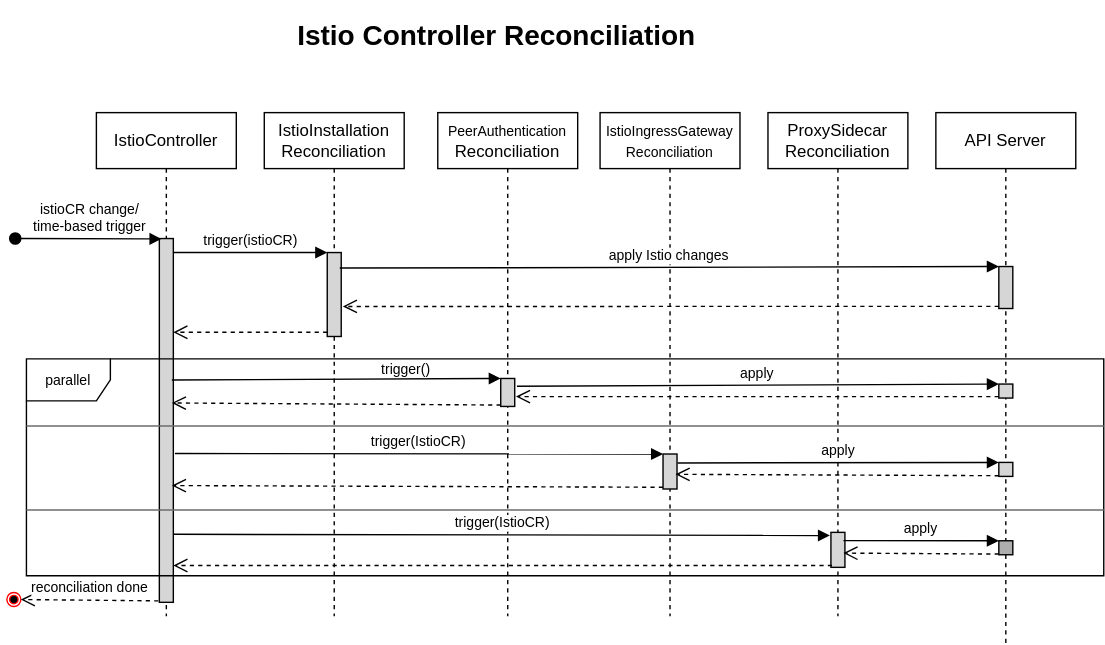
This is docs/reconciliation-sequence-diagram.svg from kyma-project/istio, a draw.io export, as it was before one commit. Source tidied: cells renumbered, new cells last; positions are measured from the earlier drawing's top-left corner, leaving out a move shared by most shapes.
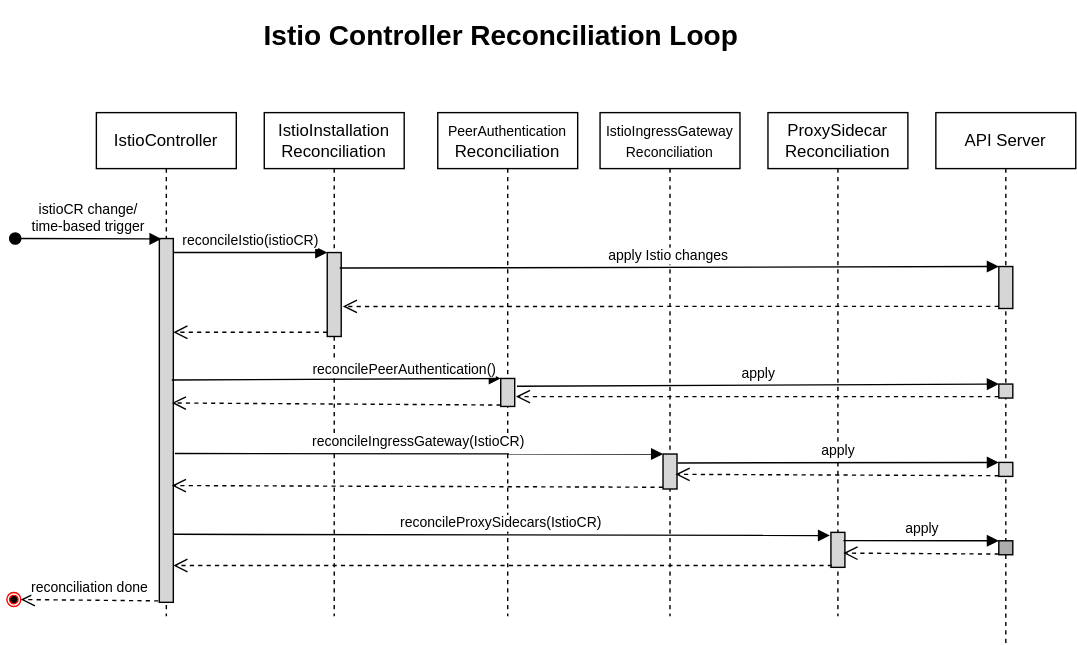
Later version of the same file.

Commit message:
Update docs to have more details about what defines the desired state and what resources a reconciliation component handles.

What changed in the source:
```diff
@@ -8,9 +8,6 @@
     <mxCell id="3" style="html=1;points=[];perimeter=orthogonalPerimeter;fontSize=10;fillColor=#D6D6D6;" parent="2" vertex="1">
       <mxGeometry x="45" y="90" width="10" height="260" as="geometry" />
     </mxCell>
-    <mxCell id="4" value="parallel" style="shape=umlFrame;whiteSpace=wrap;html=1;fontSize=10;" parent="1" vertex="1">
-      <mxGeometry x="14" y="246" width="770" height="155" as="geometry" />
-    </mxCell>
     <mxCell id="5" value="IstioInstallation&lt;br&gt;Reconciliation" style="shape=umlLifeline;perimeter=lifelinePerimeter;whiteSpace=wrap;html=1;" parent="1" vertex="1">
       <mxGeometry x="184" y="70" width="100" height="360" as="geometry" />
     </mxCell>
@@ -40,7 +37,7 @@
         <mxPoint x="6" y="160" as="sourcePoint" />
       </mxGeometry>
     </mxCell>
-    <mxCell id="14" value="trigger(istioCR)" style="html=1;verticalAlign=bottom;endArrow=block;entryX=0;entryY=0;rounded=0;fontSize=10;" parent="1" edge="1" source="3" target="6">
+    <mxCell id="14" value="reconcileIstio(istioCR)" style="html=1;verticalAlign=bottom;endArrow=block;entryX=0;entryY=0;rounded=0;fontSize=10;" parent="1" edge="1" source="3" target="6">
       <mxGeometry relative="1" as="geometry" />
     </mxCell>
     <mxCell id="15" style="html=1;verticalAlign=bottom;endArrow=open;dashed=1;endSize=8;exitX=0;exitY=0.95;rounded=0;fontSize=10;" parent="1" edge="1" source="6" target="3">
@@ -61,7 +58,7 @@
     <mxCell id="20" style="html=1;points=[];perimeter=orthogonalPerimeter;strokeColor=#000000;fontSize=10;fillColor=#ADADAD;" parent="16" vertex="1">
       <mxGeometry x="45" y="306" width="10" height="10" as="geometry" />
     </mxCell>
-    <mxCell id="21" value="apply Istio changes" style="html=1;verticalAlign=bottom;endArrow=block;entryX=0;entryY=0;rounded=0;fontSize=10;exitX=0.893;exitY=0.185;exitDx=0;exitDy=0;exitPerimeter=0;" parent="1" edge="1" source="6" target="17">
+    <mxCell id="21" value="apply Istio changes&amp;nbsp;" style="html=1;verticalAlign=bottom;endArrow=block;entryX=0;entryY=0;rounded=0;fontSize=10;exitX=0.893;exitY=0.185;exitDx=0;exitDy=0;exitPerimeter=0;" parent="1" edge="1" source="6" target="17">
       <mxGeometry relative="1" as="geometry" />
     </mxCell>
     <mxCell id="22" style="html=1;verticalAlign=bottom;endArrow=open;dashed=1;endSize=8;exitX=0;exitY=0.95;rounded=0;fontSize=10;entryX=1.115;entryY=0.642;entryDx=0;entryDy=0;entryPerimeter=0;" parent="1" edge="1" source="17" target="6">
@@ -70,7 +67,7 @@
     <mxCell id="23" style="html=1;verticalAlign=bottom;endArrow=block;entryX=0;entryY=0;rounded=0;fontSize=10;exitX=0.893;exitY=0.389;exitDx=0;exitDy=0;exitPerimeter=0;" parent="1" edge="1" source="3" target="8">
       <mxGeometry x="-0.02" y="-11" relative="1" as="geometry" />
     </mxCell>
-    <mxCell id="24" value="trigger()" style="edgeLabel;html=1;align=center;verticalAlign=middle;fontSize=10;" parent="23" vertex="1">
+    <mxCell id="24" value="reconcilePeerAuthentication()" style="edgeLabel;html=1;align=center;verticalAlign=middle;fontSize=10;" parent="23" vertex="1">
       <mxGeometry x="0.4" relative="1" as="geometry">
         <mxPoint x="2" y="-8" as="offset" />
       </mxGeometry>
@@ -84,10 +81,7 @@
     <mxCell id="27" style="html=1;verticalAlign=bottom;endArrow=open;dashed=1;endSize=8;rounded=0;fontSize=10;entryX=1.085;entryY=0.648;entryDx=0;entryDy=0;entryPerimeter=0;" parent="1" edge="1" source="18" target="8">
       <mxGeometry relative="1" as="geometry" />
     </mxCell>
-    <mxCell id="28" style="line;strokeWidth=1;fillColor=#f5f5f5;align=left;verticalAlign=middle;spacingTop=-1;spacingLeft=3;spacingRight=3;labelPosition=right;strokeColor=#6B6B6B;fontSize=10;fontColor=#333333;" parent="1" vertex="1">
-      <mxGeometry x="14" y="290" width="770" height="8" as="geometry" />
-    </mxCell>
-    <mxCell id="29" value="trigger(IstioCR)" style="html=1;verticalAlign=bottom;endArrow=block;entryX=0;entryY=0;rounded=0;fontSize=10;exitX=1.115;exitY=0.591;exitDx=0;exitDy=0;exitPerimeter=0;" parent="1" edge="1" source="3" target="10">
+    <mxCell id="29" value="reconcileIngressGateway(IstioCR)" style="html=1;verticalAlign=bottom;endArrow=block;entryX=0;entryY=0;rounded=0;fontSize=10;exitX=1.115;exitY=0.591;exitDx=0;exitDy=0;exitPerimeter=0;" parent="1" edge="1" source="3" target="10">
       <mxGeometry relative="1" as="geometry" />
     </mxCell>
     <mxCell id="30" style="html=1;verticalAlign=bottom;endArrow=open;dashed=1;endSize=8;exitX=0;exitY=0.95;rounded=0;fontSize=10;entryX=0.893;entryY=0.679;entryDx=0;entryDy=0;entryPerimeter=0;" parent="1" edge="1" source="10" target="3">
@@ -99,10 +93,7 @@
     <mxCell id="32" style="html=1;verticalAlign=bottom;endArrow=open;dashed=1;endSize=8;exitX=0;exitY=0.95;rounded=0;fontSize=10;entryX=0.893;entryY=0.581;entryDx=0;entryDy=0;entryPerimeter=0;" parent="1" edge="1" source="19" target="10">
       <mxGeometry relative="1" as="geometry" />
     </mxCell>
-    <mxCell id="33" style="line;strokeWidth=1;fillColor=#f5f5f5;align=left;verticalAlign=middle;spacingTop=-1;spacingLeft=3;spacingRight=3;labelPosition=right;strokeColor=#6B6B6B;fontSize=10;fontColor=#333333;" parent="1" vertex="1">
-      <mxGeometry x="14" y="350" width="770" height="8" as="geometry" />
-    </mxCell>
-    <mxCell id="34" value="trigger(IstioCR)" style="html=1;verticalAlign=bottom;endArrow=block;entryX=-0.07;entryY=0.089;rounded=0;fontSize=10;entryDx=0;entryDy=0;entryPerimeter=0;exitX=1.041;exitY=0.813;exitDx=0;exitDy=0;exitPerimeter=0;" parent="1" edge="1" source="3" target="12">
+    <mxCell id="34" value="reconcileProxySidecars(IstioCR)" style="html=1;verticalAlign=bottom;endArrow=block;entryX=-0.07;entryY=0.089;rounded=0;fontSize=10;entryDx=0;entryDy=0;entryPerimeter=0;exitX=1.041;exitY=0.813;exitDx=0;exitDy=0;exitPerimeter=0;" parent="1" edge="1" source="3" target="12">
       <mxGeometry relative="1" as="geometry" />
     </mxCell>
     <mxCell id="35" style="html=1;verticalAlign=bottom;endArrow=open;dashed=1;endSize=8;exitX=0.078;exitY=0.948;rounded=0;fontSize=10;exitDx=0;exitDy=0;exitPerimeter=0;" parent="1" edge="1" source="12" target="3">
@@ -121,7 +112,7 @@
       <mxGeometry relative="1" as="geometry" />
     </mxCell>
     <mxCell id="40" value="&lt;h1&gt;Istio Controller Reconciliation Loop&lt;/h1&gt;" style="text;html=1;strokeColor=none;fillColor=none;spacing=5;spacingTop=-20;whiteSpace=wrap;overflow=hidden;rounded=0;fontSize=10;" parent="1" vertex="1">
-      <mxGeometry x="202.5" width="311" height="30" as="geometry" />
+      <mxGeometry x="179.2" width="357.5" height="30" as="geometry" />
     </mxCell>
   </root>
 </mxGraphModel>
```
